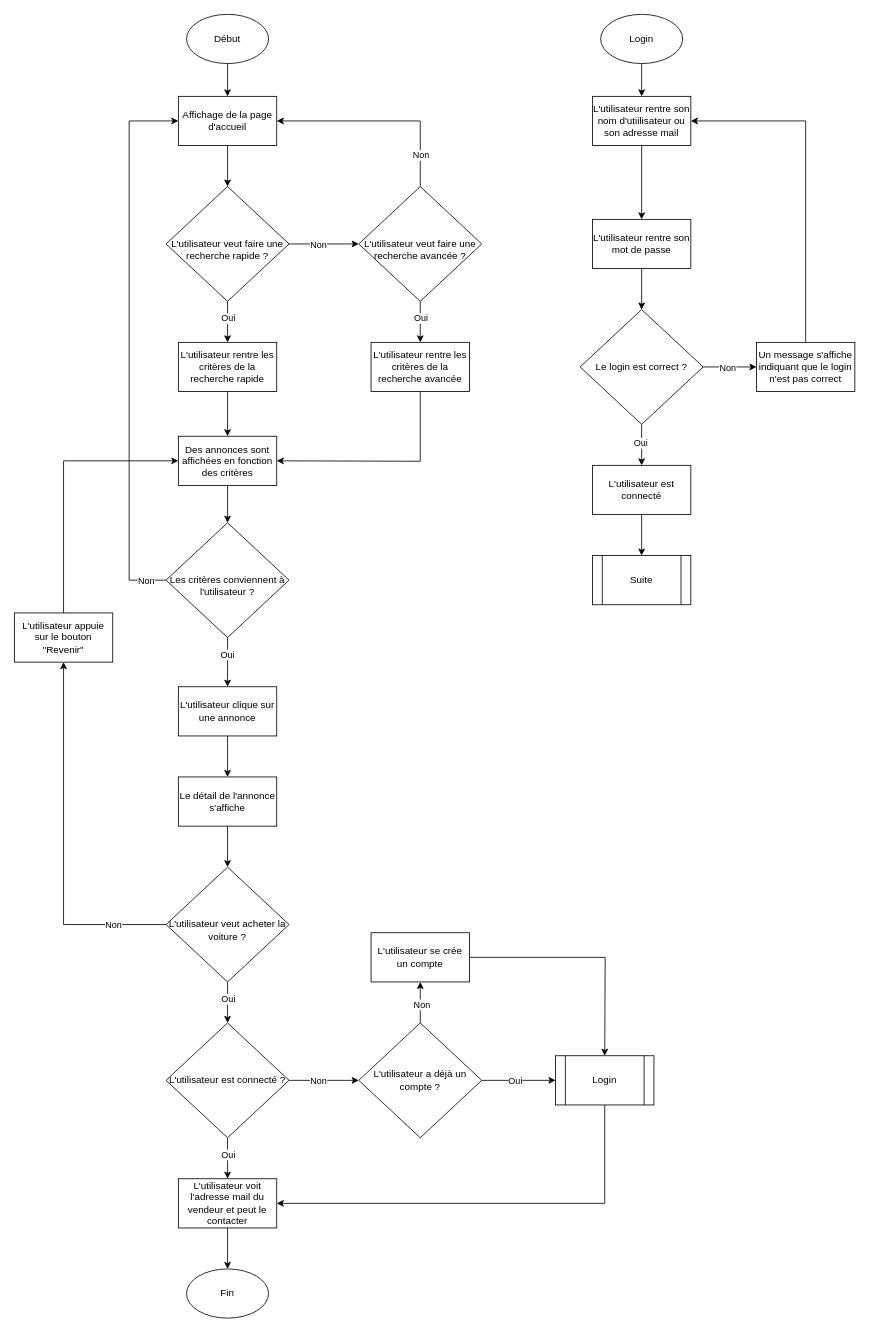
Maikol-Da-Silva/SellBuyAuto keeps this draw.io diagram as Documentation/Diagramme de flux/Diagramme de flux.drawio. Above is the earlier version. Source tidied: cells renumbered, new cells numbered last; positions are measured from the earlier drawing's top-left corner, leaving out a move shared by most shapes. Both pictures are drawn from the tidied source at 82%, with x=0, y=0 at pixel (14, 14).
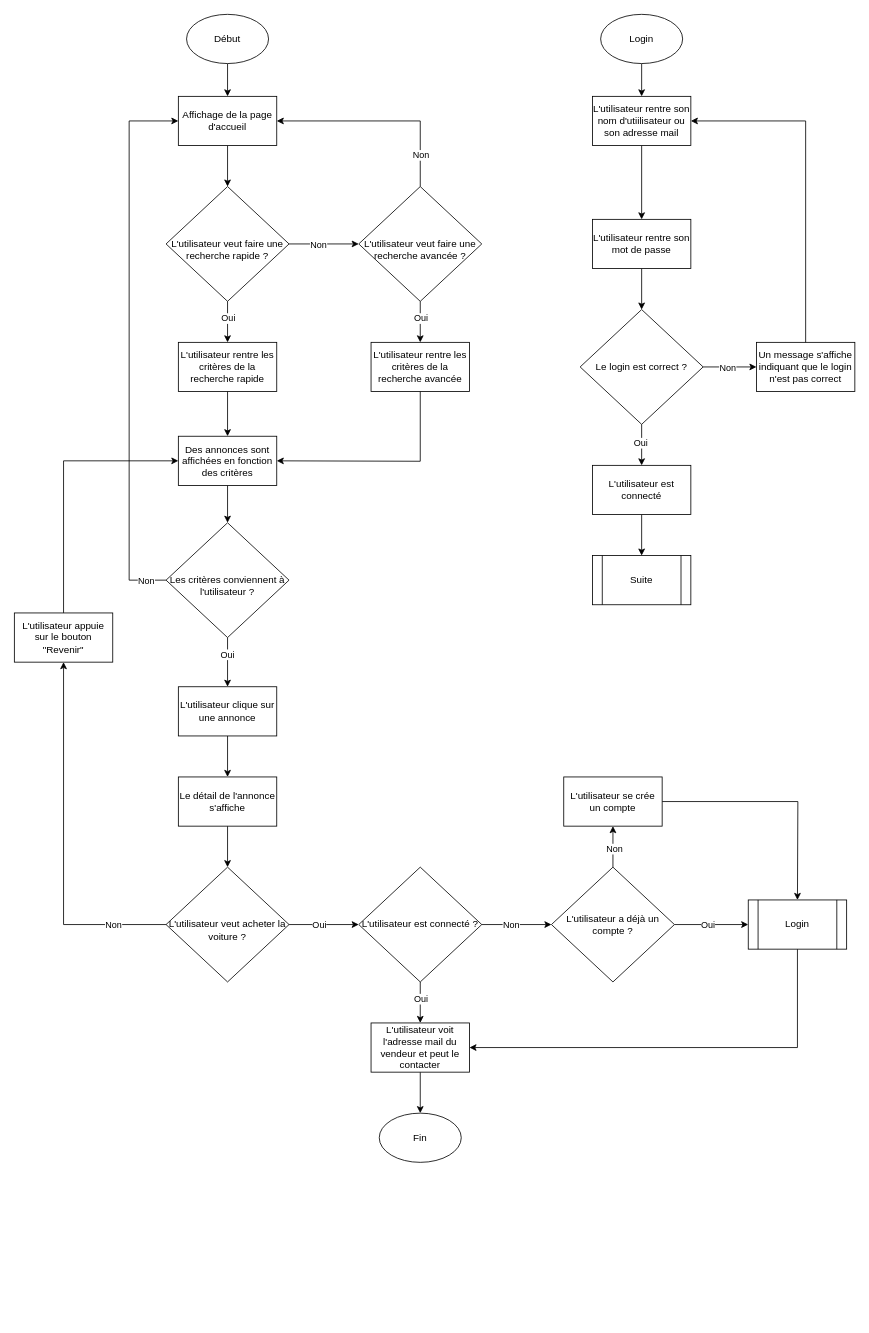
After the change.

Commit message:
Doc : Update Diagramme de flux

Unchanged cells that the change refers to:
```xml
<mxCell id="46" value="&lt;br&gt;L'utilisateur veut acheter la voiture ?" style="rhombus;whiteSpace=wrap;html=1;" parent="1" vertex="1">
  <mxGeometry x="185" y="1040" width="150" height="140" as="geometry" />
</mxCell>
```

What changed in the source:
```diff
@@
-    <mxCell id="42" style="edgeStyle=orthogonalEdgeStyle;rounded=0;jettySize=auto;html=1;entryX=0.5;entryY=0;entryDx=0;entryDy=0;" parent="1" edge="1" source="46" target="51">
+    <mxCell id="42" style="edgeStyle=orthogonalEdgeStyle;rounded=0;jettySize=auto;html=1;entryX=0;entryY=0.5;entryDx=0;entryDy=0;" parent="1" edge="1" source="46" target="51">
       <mxGeometry relative="1" as="geometry" />
     </mxCell>
     <mxCell id="43" value="Oui" style="edgeLabel;html=1;align=center;verticalAlign=middle;" parent="42" vertex="1">
       <mxGeometry x="-0.36" relative="1" as="geometry">
-        <mxPoint y="4" as="offset" />
+        <mxPoint x="9" as="offset" />
       </mxGeometry>
     </mxCell>
@@
     <mxCell id="51" value="L'utilisateur est connecté ?" style="rhombus;whiteSpace=wrap;html=1;" parent="1" vertex="1">
-      <mxGeometry x="185" y="1230" width="150" height="140" as="geometry" />
+      <mxGeometry x="420" y="1040" width="150" height="140" as="geometry" />
     </mxCell>
@@
     <mxCell id="53" value="L'utilisateur voit l'adresse mail du vendeur et peut le contacter" style="rounded=0;whiteSpace=wrap;html=1;" parent="1" vertex="1">
-      <mxGeometry x="200" y="1420" width="120" height="60" as="geometry" />
+      <mxGeometry x="435" y="1230" width="120" height="60" as="geometry" />
     </mxCell>
     <mxCell id="54" value="Fin" style="ellipse;whiteSpace=wrap;html=1;" parent="1" vertex="1">
-      <mxGeometry x="210" y="1530" width="100" height="60" as="geometry" />
+      <mxGeometry x="445" y="1340" width="100" height="60" as="geometry" />
     </mxCell>
@@
     <mxCell id="59" value="L'utilisateur a déjà un compte ?" style="rhombus;whiteSpace=wrap;html=1;" parent="1" vertex="1">
-      <mxGeometry x="420" y="1230" width="150" height="140" as="geometry" />
+      <mxGeometry x="655" y="1040" width="150" height="140" as="geometry" />
     </mxCell>
     <mxCell id="60" style="edgeStyle=orthogonalEdgeStyle;rounded=0;jettySize=auto;html=1;entryX=1;entryY=0.5;entryDx=0;entryDy=0;exitX=0.5;exitY=1;exitDx=0;exitDy=0;" parent="1" edge="1" source="63" target="53">
       <mxGeometry relative="1" as="geometry">
         <Array as="points">
-          <mxPoint x="720" y="1450" />
+          <mxPoint x="955" y="1260" />
         </Array>
       </mxGeometry>
     </mxCell>
     <mxCell id="61" style="edgeStyle=orthogonalEdgeStyle;rounded=0;jettySize=auto;html=1;entryX=0.5;entryY=0;entryDx=0;entryDy=0;" parent="1" edge="1" source="62">
       <mxGeometry relative="1" as="geometry">
-        <mxPoint x="720" y="1270" as="targetPoint" />
+        <mxPoint x="955" y="1080" as="targetPoint" />
       </mxGeometry>
     </mxCell>
     <mxCell id="62" value="L'utilisateur se crée un compte" style="rounded=0;whiteSpace=wrap;html=1;" parent="1" vertex="1">
-      <mxGeometry x="435" y="1120" width="120" height="60" as="geometry" />
+      <mxGeometry x="670" y="930" width="120" height="60" as="geometry" />
     </mxCell>
     <mxCell id="63" value="Login" style="shape=process;whiteSpace=wrap;html=1;backgroundOutline=1;" parent="1" vertex="1">
-      <mxGeometry x="660" y="1270" width="120" height="60" as="geometry" />
+      <mxGeometry x="895" y="1080" width="120" height="60" as="geometry" />
     </mxCell>
```
